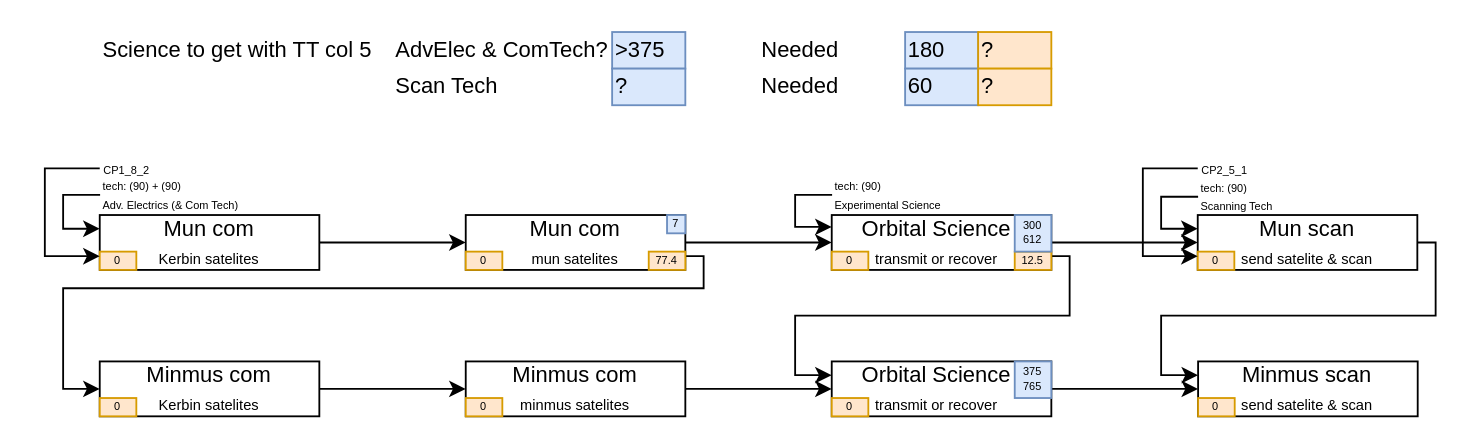
Before: doc/CP4 contracts.drawio in SaphireFalcon/real_career, a draw.io diagram. Source tidied: cells renumbered, new cells numbered last; positions are measured from the earlier drawing's top-left corner, leaving out a move shared by most shapes. Both pictures are drawn from the tidied source at 183%, with x=0, y=0 at pixel (44, 31).
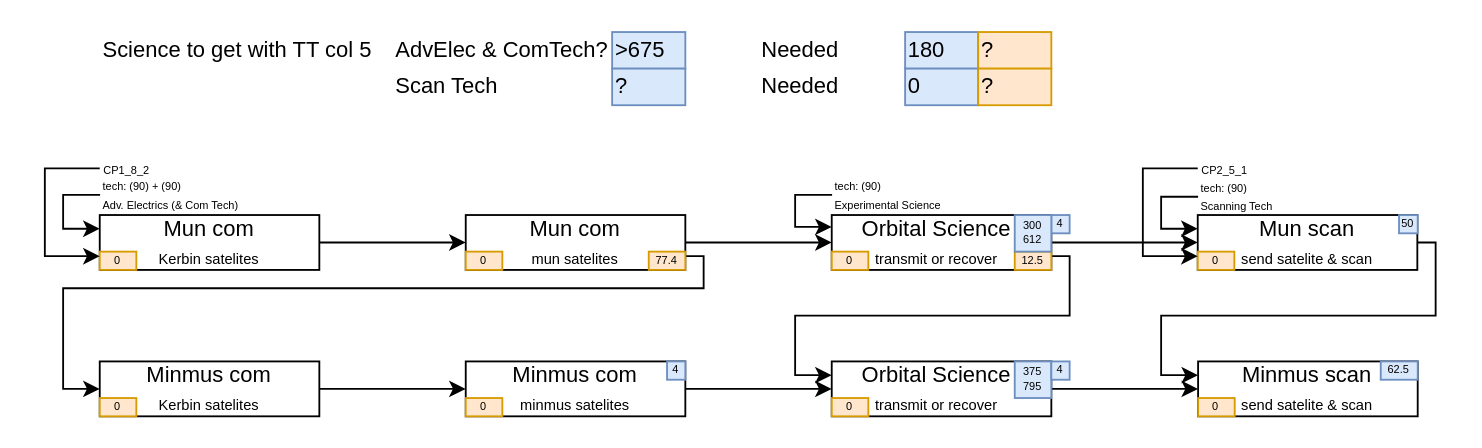
The same diagram, later.

The edit, as a diff of the source:
```diff
@@
-    <mxCell id="32" value="&amp;gt;375" style="text;html=1;strokeColor=#6c8ebf;fillColor=#dae8fc;align=left;verticalAlign=middle;whiteSpace=wrap;rounded=0;" parent="1" vertex="1">
+    <mxCell id="32" value="&amp;gt;675" style="text;html=1;strokeColor=#6c8ebf;fillColor=#dae8fc;align=left;verticalAlign=middle;whiteSpace=wrap;rounded=0;" parent="1" vertex="1">
       <mxGeometry x="310" width="40" height="20" as="geometry" />
     </mxCell>
@@
-    <mxCell id="39" value="60" style="text;html=1;strokeColor=#6c8ebf;fillColor=#dae8fc;align=left;verticalAlign=middle;whiteSpace=wrap;rounded=0;" parent="1" vertex="1">
+    <mxCell id="39" value="0" style="text;html=1;strokeColor=#6c8ebf;fillColor=#dae8fc;align=left;verticalAlign=middle;whiteSpace=wrap;rounded=0;" parent="1" vertex="1">
       <mxGeometry x="470.1" y="20" width="40" height="20" as="geometry" />
     </mxCell>
@@
-    <mxCell id="45" value="7" style="text;html=1;strokeColor=#6c8ebf;fillColor=#dae8fc;align=center;verticalAlign=middle;whiteSpace=wrap;rounded=0;fontSize=6;" parent="1" vertex="1">
-      <mxGeometry x="340" y="100" width="10" height="10" as="geometry" />
+    <mxCell id="45" value="4" style="text;html=1;strokeColor=#6c8ebf;fillColor=#dae8fc;align=center;verticalAlign=middle;whiteSpace=wrap;rounded=0;fontSize=6;" parent="1" vertex="1">
+      <mxGeometry x="550" y="100" width="10" height="10" as="geometry" />
     </mxCell>
@@
-    <mxCell id="50" value="375&lt;br&gt;765" style="text;html=1;strokeColor=#6c8ebf;fillColor=#dae8fc;align=center;verticalAlign=middle;whiteSpace=wrap;rounded=0;fontSize=6;" parent="1" vertex="1">
+    <mxCell id="50" value="375&lt;br&gt;795" style="text;html=1;strokeColor=#6c8ebf;fillColor=#dae8fc;align=center;verticalAlign=middle;whiteSpace=wrap;rounded=0;fontSize=6;" parent="1" vertex="1">
       <mxGeometry x="530" y="180" width="20" height="20" as="geometry" />
     </mxCell>
@@
+    <mxCell id="53" value="4" style="text;html=1;strokeColor=#6c8ebf;fillColor=#dae8fc;align=center;verticalAlign=middle;whiteSpace=wrap;rounded=0;fontSize=6;" parent="1" vertex="1">
+      <mxGeometry x="340" y="180" width="10" height="10" as="geometry" />
+    </mxCell>
+    <mxCell id="54" value="4" style="text;html=1;strokeColor=#6c8ebf;fillColor=#dae8fc;align=center;verticalAlign=middle;whiteSpace=wrap;rounded=0;fontSize=6;" parent="1" vertex="1">
+      <mxGeometry x="550" y="180" width="10" height="10" as="geometry" />
+    </mxCell>
+    <mxCell id="55" value="50" style="text;html=1;strokeColor=#6c8ebf;fillColor=#dae8fc;align=center;verticalAlign=middle;whiteSpace=wrap;rounded=0;fontSize=6;" parent="1" vertex="1">
+      <mxGeometry x="740" y="100" width="10.2" height="10" as="geometry" />
+    </mxCell>
+    <mxCell id="56" value="62.5" style="text;html=1;strokeColor=#6c8ebf;fillColor=#dae8fc;align=center;verticalAlign=middle;whiteSpace=wrap;rounded=0;fontSize=6;" parent="1" vertex="1">
+      <mxGeometry x="730" y="180" width="20.2" height="10" as="geometry" />
+    </mxCell>
```
